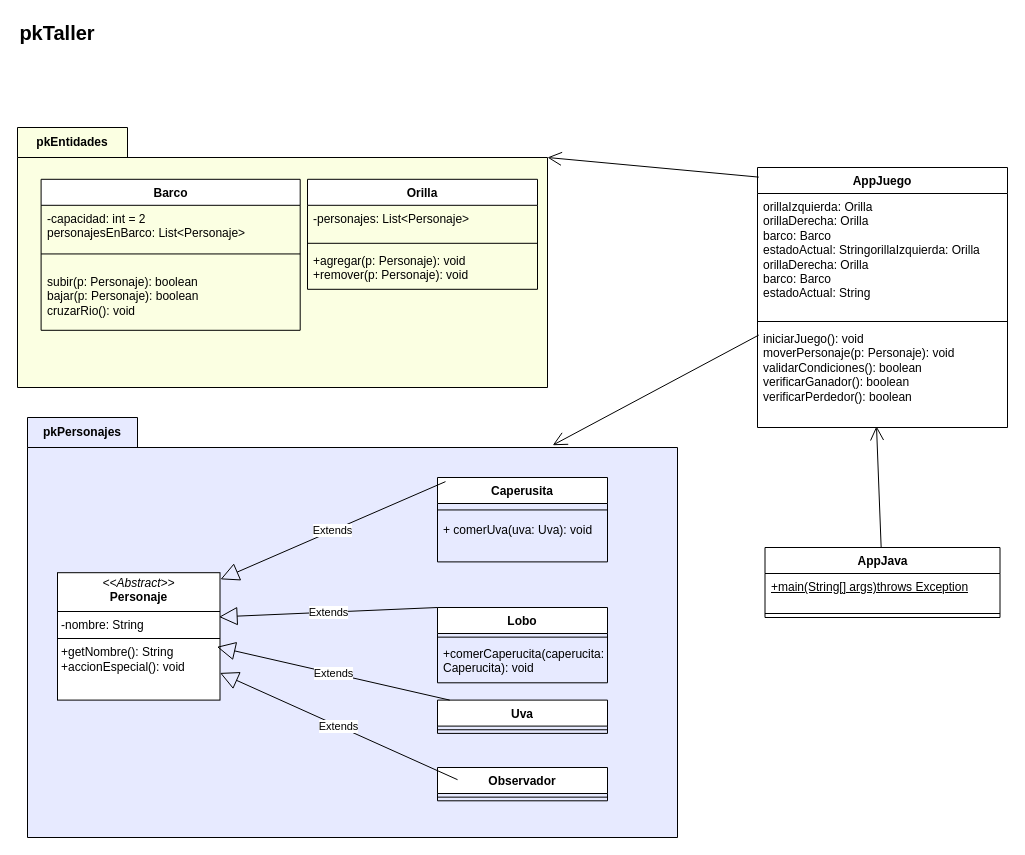
The draw.io diagram src/Diseño/diagramaClaseJuego/Diseño.diagramaClaseJuego.drawio in larry2004h-hash/JuegoTaller, before the edit. Source tidied: cells renumbered, new cells numbered last; positions are measured from the earlier drawing's top-left corner, leaving out a move shared by most shapes. Both pictures are drawn from the tidied source at 100%, with x=0, y=0 at pixel (17, 17).
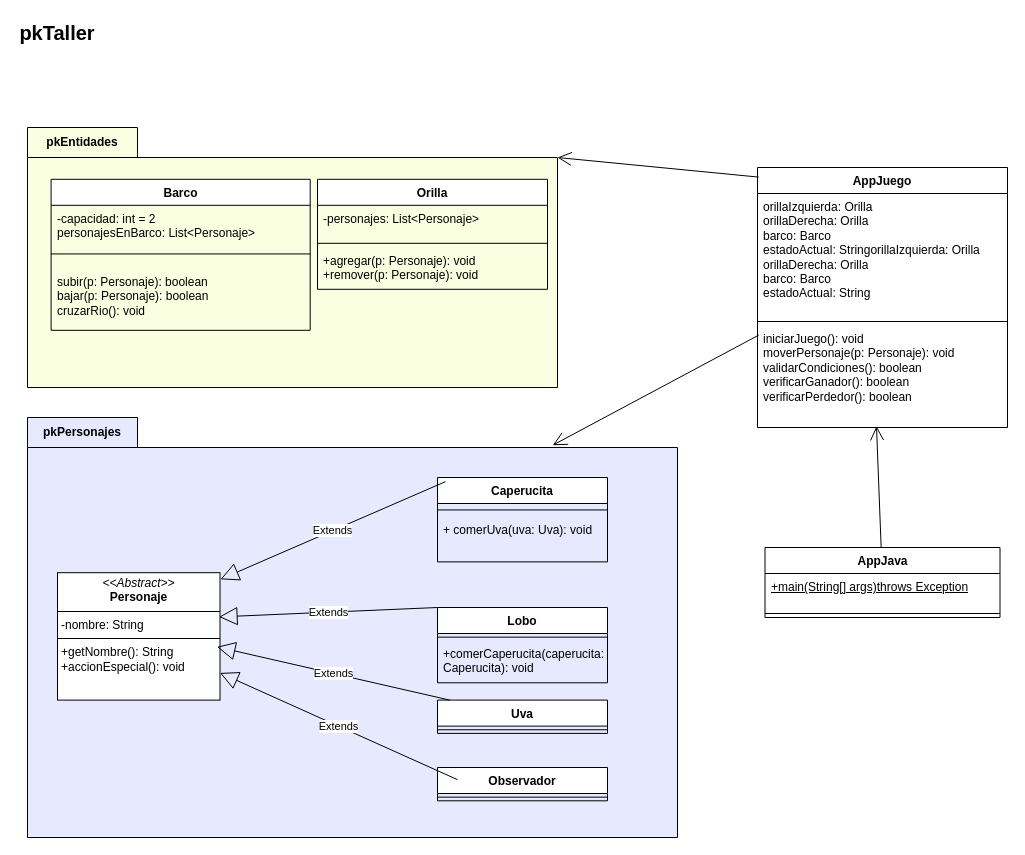
After the change.

The change refers to these unchanged cells:
```xml
<mxCell id="12" value="&lt;span style=&quot;color: rgb(0, 0, 0);&quot;&gt;pkPersonajes&lt;/span&gt;" style="shape=folder;fontStyle=1;tabWidth=110;tabHeight=30;tabPosition=left;html=1;boundedLbl=1;labelInHeader=1;whiteSpace=wrap;fillColor=#E7EAFF;" parent="1" vertex="1">
  <mxGeometry x="10" y="400" width="650" height="420" as="geometry" />
</mxCell>
```

The edit, as a diff of the source:
```diff
@@
     <mxCell id="2" value="&lt;span style=&quot;color: rgb(0, 0, 0);&quot;&gt;pkEntidades&lt;/span&gt;" style="shape=folder;fontStyle=1;tabWidth=110;tabHeight=30;tabPosition=left;html=1;boundedLbl=1;labelInHeader=1;whiteSpace=wrap;fillColor=#FBFFE2;" parent="1" vertex="1">
-      <mxGeometry y="110" width="530" height="260" as="geometry" />
+      <mxGeometry x="10" y="110" width="530" height="260" as="geometry" />
     </mxCell>
@@
-    <mxCell id="15" value="Caperusita" style="swimlane;fontStyle=1;align=center;verticalAlign=top;horizontal=1;startSize=26;whiteSpace=wrap;html=1;" parent="12" vertex="1">
+    <mxCell id="15" value="Caperucita" style="swimlane;fontStyle=1;align=center;verticalAlign=top;horizontal=1;startSize=26;whiteSpace=wrap;html=1;" parent="12" vertex="1">
       <mxGeometry x="410" y="60" width="170" height="84.4" as="geometry" />
     </mxCell>
```
